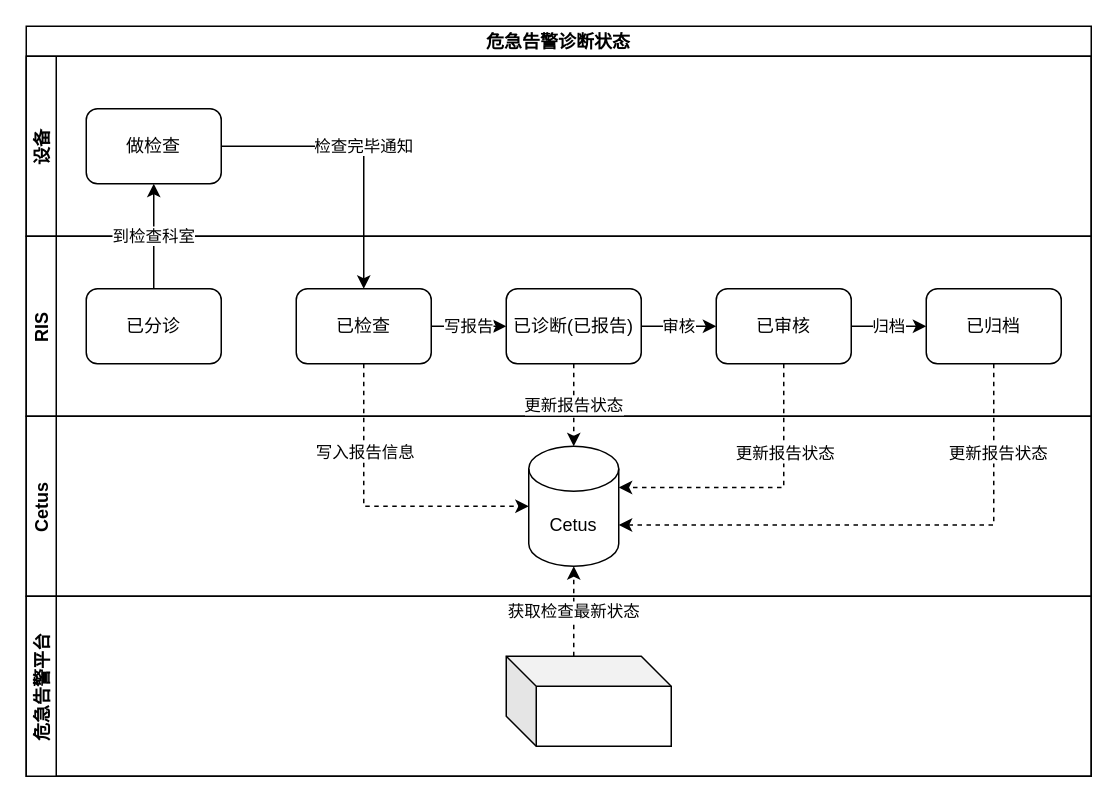
The draw.io diagram uih/MTI/千县-危急告警平台状态.drawio in xzs603/draw.io, before the edit. Source tidied: cells renumbered, new cells numbered last; positions are measured from the earlier drawing's top-left corner, leaving out a move shared by most shapes. Both pictures are drawn from the tidied source at 150%, with x=0, y=0 at pixel (26, 26).
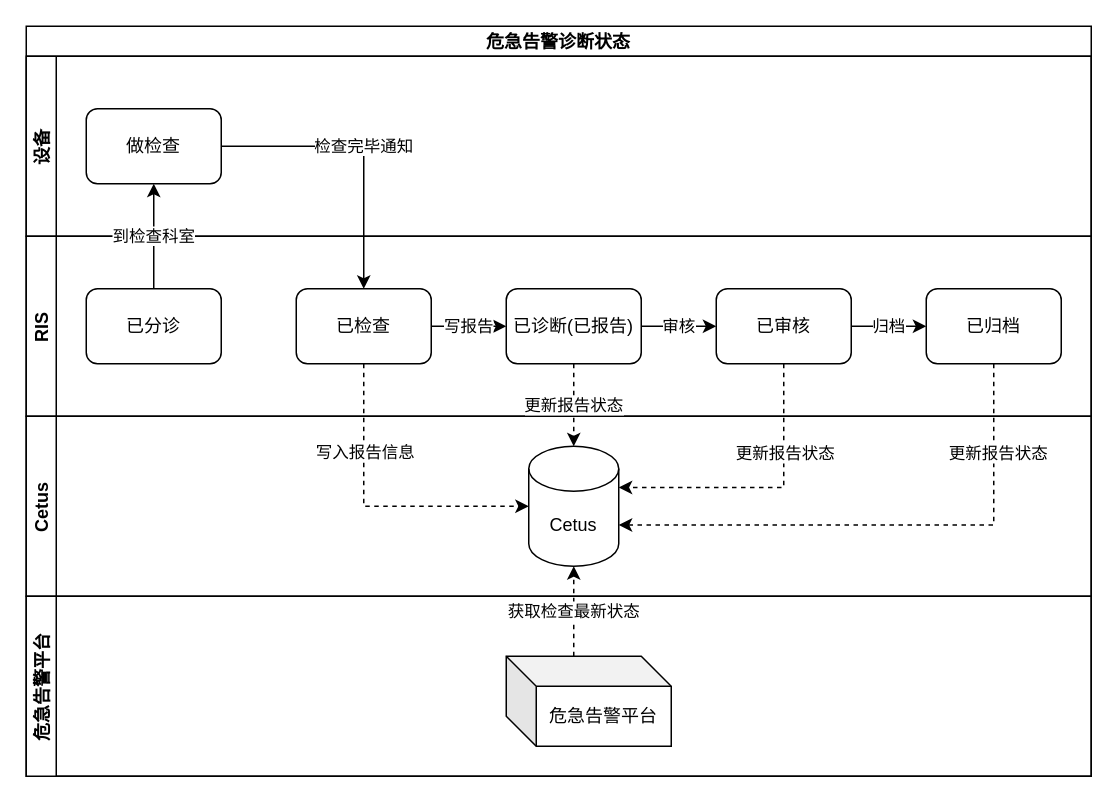
Above is the later version.

The change refers to these unchanged cells:
```xml
<mxCell id="25" value="危急告警平台" style="swimlane;startSize=20;horizontal=0;" parent="2" vertex="1">
  <mxGeometry y="380" width="710" height="120" as="geometry" />
</mxCell>
```

What changed in the source:
```diff
@@
-    <mxCell id="26" style="shape=cube;whiteSpace=wrap;html=1;boundedLbl=1;backgroundOutline=1;darkOpacity=0.05;darkOpacity2=0.1;" parent="25" vertex="1">
+    <mxCell id="26" value="危急告警平台" style="shape=cube;whiteSpace=wrap;html=1;boundedLbl=1;backgroundOutline=1;darkOpacity=0.05;darkOpacity2=0.1;" parent="25" vertex="1">
       <mxGeometry x="320" y="40" width="110" height="60" as="geometry" />
     </mxCell>
```
